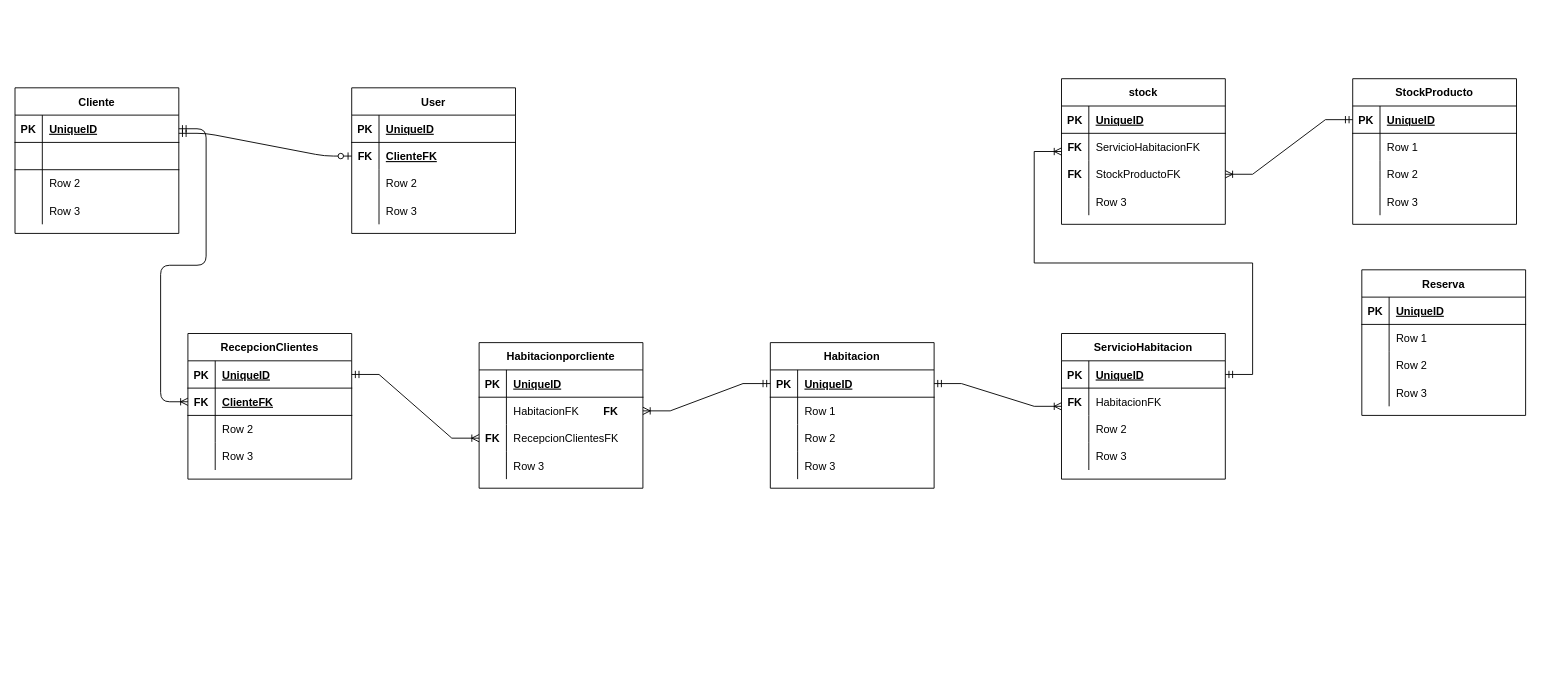
Before: src/Resources/DataBase/ER.drawio in dylan-script/Lappiz_Reservas, a draw.io diagram. Source tidied: cells renumbered, new cells numbered last; positions are measured from the earlier drawing's top-left corner, leaving out a move shared by most shapes. Both pictures are drawn from the tidied source at 91%, with x=0, y=0 at pixel (15, 78).
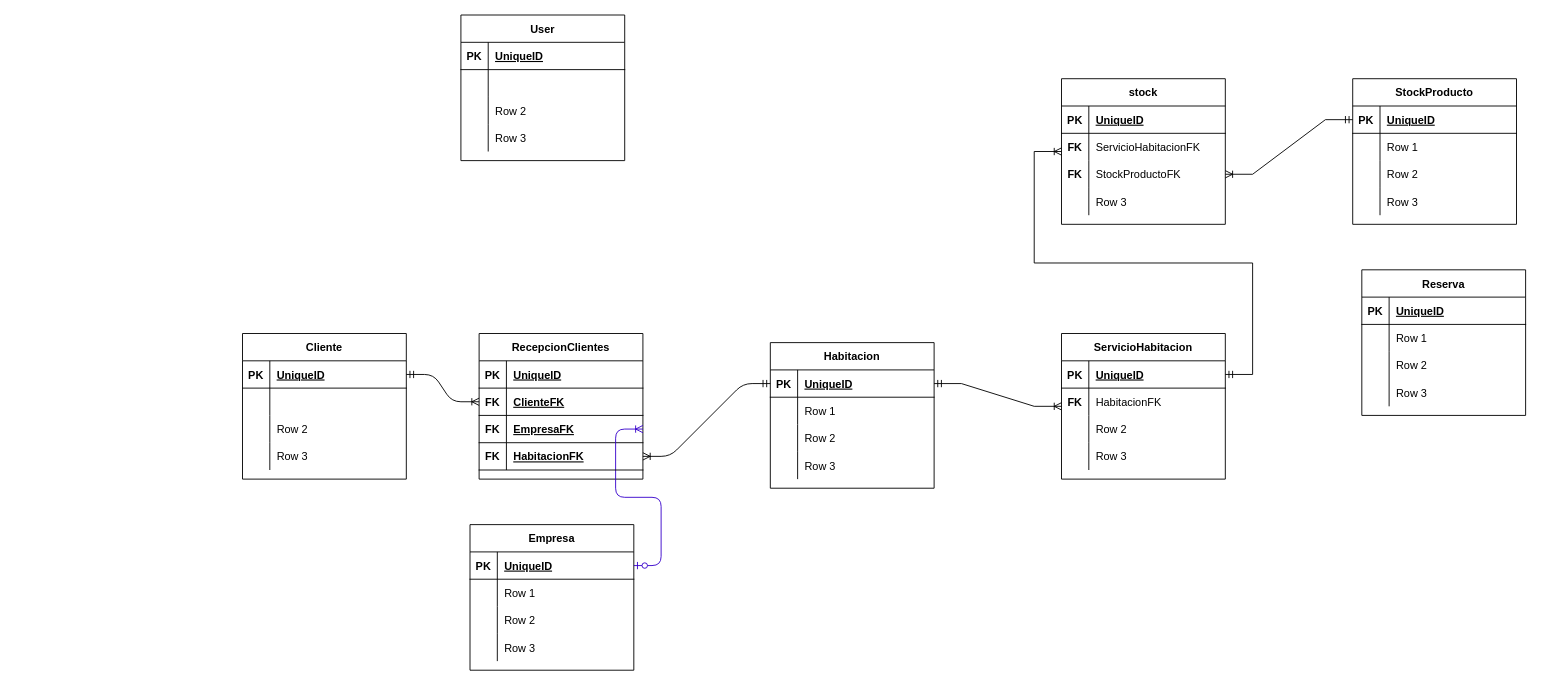
The same diagram, later.

Unchanged cells that the change refers to:
```xml
<mxCell id="83" style="shape=tableRow;horizontal=0;startSize=0;swimlaneHead=0;swimlaneBody=0;fillColor=none;points=[[0,0.5],[1,0.5]];portConstraint=eastwest;top=0;left=0;right=0;bottom=1;" parent="82" vertex="1">
  <mxGeometry y="30" width="180" height="30" as="geometry" />
</mxCell>
<mxCell id="96" style="shape=tableRow;horizontal=0;startSize=0;swimlaneHead=0;swimlaneBody=0;fillColor=none;points=[[0,0.5],[1,0.5]];portConstraint=eastwest;top=0;left=0;right=0;bottom=1;" parent="95" vertex="1">
  <mxGeometry y="30" width="180" height="30" as="geometry" />
</mxCell>
<mxCell id="102" style="shape=tableRow;horizontal=0;startSize=0;swimlaneHead=0;swimlaneBody=0;fillColor=none;top=0;left=0;right=0;bottom=0;" parent="95" vertex="1">
  <mxGeometry y="90" width="180" height="30" as="geometry" />
</mxCell>
<mxCell id="105" style="shape=tableRow;horizontal=0;startSize=0;swimlaneHead=0;swimlaneBody=0;fillColor=none;top=0;left=0;right=0;bottom=0;" parent="95" vertex="1">
  <mxGeometry y="120" width="180" height="30" as="geometry" />
</mxCell>
```

What changed in the source:
```diff
@@
     <mxCell id="2" value="Cliente" style="shape=table;startSize=30;childLayout=tableLayout;rowLines=0;fontStyle=1;align=center;" parent="1" vertex="1">
-      <mxGeometry y="10" width="180" height="160" as="geometry" />
+      <mxGeometry x="250" y="280" width="180" height="160" as="geometry" />
     </mxCell>
@@
     <mxCell id="56" value="User" style="shape=table;startSize=30;childLayout=tableLayout;rowLines=0;fontStyle=1;align=center;" parent="1" vertex="1">
-      <mxGeometry x="370" y="10" width="180" height="160" as="geometry" />
+      <mxGeometry x="490" y="-70" width="180" height="160" as="geometry" />
     </mxCell>
@@
-    <mxCell id="69" value="Habitacionporcliente" style="shape=table;startSize=30;childLayout=tableLayout;rowLines=0;fontStyle=1;align=center;" parent="1" vertex="1">
-      <mxGeometry x="510" y="290" width="180" height="160" as="geometry" />
-    </mxCell>
-    <mxCell id="70" style="shape=tableRow;horizontal=0;startSize=0;swimlaneHead=0;swimlaneBody=0;fillColor=none;top=0;left=0;right=0;bottom=1;" parent="69" vertex="1">
-      <mxGeometry y="30" width="180" height="30" as="geometry" />
-    </mxCell>
-    <mxCell id="71" value="PK" style="shape=partialRectangle;fillColor=none;top=0;left=0;bottom=0;right=0;fontStyle=1;overflow=hidden;" parent="70" vertex="1">
-      <mxGeometry width="30" height="30" as="geometry" />
-    </mxCell>
-    <mxCell id="72" value="UniqueID" style="shape=partialRectangle;fillColor=none;top=0;left=0;bottom=0;right=0;align=left;spacingLeft=6;fontStyle=5;overflow=hidden;" parent="70" vertex="1">
-      <mxGeometry x="30" width="150" height="30" as="geometry" />
-    </mxCell>
-    <mxCell id="73" style="shape=tableRow;horizontal=0;startSize=0;swimlaneHead=0;swimlaneBody=0;fillColor=none;points=[[0,0.5],[1,0.5]];portConstraint=eastwest;top=0;left=0;right=0;bottom=0;" parent="69" vertex="1">
-      <mxGeometry y="60" width="180" height="30" as="geometry" />
-    </mxCell>
-    <mxCell id="74" style="shape=partialRectangle;fillColor=none;top=0;left=0;bottom=0;right=0;overflow=hidden;" parent="73" vertex="1">
-      <mxGeometry width="30" height="30" as="geometry" />
-    </mxCell>
-    <mxCell id="75" value="HabitacionFK" style="shape=partialRectangle;fillColor=none;top=0;left=0;bottom=0;right=0;align=left;spacingLeft=6;overflow=hidden;" parent="73" vertex="1">
-      <mxGeometry x="30" width="150" height="30" as="geometry" />
-    </mxCell>
-    <mxCell id="76" style="shape=tableRow;horizontal=0;startSize=0;swimlaneHead=0;swimlaneBody=0;fillColor=none;points=[[0,0.5],[1,0.5]];portConstraint=eastwest;top=0;left=0;right=0;bottom=0;" parent="69" vertex="1">
-      <mxGeometry y="90" width="180" height="30" as="geometry" />
-    </mxCell>
-    <mxCell id="77" style="shape=partialRectangle;fillColor=none;top=0;left=0;bottom=0;right=0;overflow=hidden;" parent="76" vertex="1">
-      <mxGeometry width="30" height="30" as="geometry" />
-    </mxCell>
-    <mxCell id="78" value="RecepcionClientesFK" style="shape=partialRectangle;fillColor=none;top=0;left=0;bottom=0;right=0;align=left;spacingLeft=6;overflow=hidden;" parent="76" vertex="1">
-      <mxGeometry x="30" width="150" height="30" as="geometry" />
-    </mxCell>
-    <mxCell id="79" style="shape=tableRow;horizontal=0;startSize=0;swimlaneHead=0;swimlaneBody=0;fillColor=none;top=0;left=0;right=0;bottom=0;" parent="69" vertex="1">
-      <mxGeometry y="120" width="180" height="30" as="geometry" />
-    </mxCell>
-    <mxCell id="80" style="shape=partialRectangle;fillColor=none;top=0;left=0;bottom=0;right=0;overflow=hidden;" parent="79" vertex="1">
-      <mxGeometry width="30" height="30" as="geometry" />
-    </mxCell>
-    <mxCell id="81" value="Row 3" style="shape=partialRectangle;fillColor=none;top=0;left=0;bottom=0;right=0;align=left;spacingLeft=6;overflow=hidden;" parent="79" vertex="1">
-      <mxGeometry x="30" width="150" height="30" as="geometry" />
-    </mxCell>
@@
     <mxCell id="95" value="RecepcionClientes" style="shape=table;startSize=30;childLayout=tableLayout;rowLines=0;fontStyle=1;align=center;" parent="1" vertex="1">
-      <mxGeometry x="190" y="280" width="180" height="160" as="geometry" />
+      <mxGeometry x="510" y="280" width="180" height="160" as="geometry" />
     </mxCell>
@@
-    <mxCell id="104" value="Row 2" style="shape=partialRectangle;fillColor=none;top=0;left=0;bottom=0;right=0;align=left;spacingLeft=6;overflow=hidden;" parent="102" vertex="1">
+    <mxCell id="104" style="shape=partialRectangle;fillColor=none;top=0;left=0;bottom=0;right=0;align=left;spacingLeft=6;overflow=hidden;" parent="102" vertex="1">
       <mxGeometry x="30" width="150" height="30" as="geometry" />
     </mxCell>
@@
-    <mxCell id="107" value="Row 3" style="shape=partialRectangle;fillColor=none;top=0;left=0;bottom=0;right=0;align=left;spacingLeft=6;overflow=hidden;" parent="105" vertex="1">
+    <mxCell id="107" style="shape=partialRectangle;fillColor=none;top=0;left=0;bottom=0;right=0;align=left;spacingLeft=6;overflow=hidden;" parent="105" vertex="1">
       <mxGeometry x="30" width="150" height="30" as="geometry" />
     </mxCell>
-    <mxCell id="108" value="FK" style="shape=partialRectangle;fillColor=none;top=0;left=0;bottom=0;right=0;fontStyle=1;overflow=hidden;" parent="1" vertex="1">
-      <mxGeometry x="640" y="350" width="30" height="30" as="geometry" />
-    </mxCell>
-    <mxCell id="109" value="FK" style="shape=partialRectangle;fillColor=none;top=0;left=0;bottom=0;right=0;fontStyle=1;overflow=hidden;" parent="1" vertex="1">
-      <mxGeometry x="510" y="380" width="30" height="30" as="geometry" />
-    </mxCell>
@@
-    <mxCell id="124" style="edgeStyle=entityRelationEdgeStyle;fontSize=12;html=1;endArrow=ERoneToMany;startArrow=ERmandOne;rounded=0;exitX=1;exitY=0.5;exitDx=0;exitDy=0;entryX=0;entryY=0.5;entryDx=0;entryDy=0;" parent="1" edge="1" source="96" target="76">
-      <mxGeometry relative="1" as="geometry" />
-    </mxCell>
-    <mxCell id="125" style="edgeStyle=entityRelationEdgeStyle;fontSize=12;html=1;endArrow=ERoneToMany;startArrow=ERmandOne;rounded=0;exitX=0;exitY=0.5;exitDx=0;exitDy=0;entryX=1;entryY=0.5;entryDx=0;entryDy=0;" parent="1" edge="1" source="83" target="73">
-      <mxGeometry relative="1" as="geometry" />
-    </mxCell>
@@
-    <mxCell id="129" style="shape=tableRow;horizontal=0;startSize=0;swimlaneHead=0;swimlaneBody=0;fillColor=none;top=0;left=0;right=0;bottom=1;" parent="1" vertex="1">
-      <mxGeometry y="70" width="180" height="30" as="geometry" />
-    </mxCell>
     <mxCell id="130" style="shape=tableRow;horizontal=0;startSize=0;swimlaneHead=0;swimlaneBody=0;fillColor=none;points=[[0,0.5],[1,0.5]];portConstraint=eastwest;top=0;left=0;right=0;bottom=1;" parent="1" vertex="1">
-      <mxGeometry x="190" y="340" width="180" height="30" as="geometry" />
+      <mxGeometry x="510" y="340" width="180" height="30" as="geometry" />
     </mxCell>
@@
-    <mxCell id="134" style="edgeStyle=entityRelationEdgeStyle;fontSize=12;html=1;endArrow=ERzeroToOne;startArrow=ERmandOne;" parent="1" edge="1">
-      <mxGeometry relative="1" as="geometry">
-        <mxPoint x="180" y="60" as="sourcePoint" />
-        <mxPoint x="370" y="85" as="targetPoint" />
-      </mxGeometry>
+    <mxCell id="134" value="Empresa" style="shape=table;startSize=30;childLayout=tableLayout;rowLines=0;fontStyle=1;align=center;" parent="1" vertex="1">
+      <mxGeometry x="500" y="490" width="180" height="160" as="geometry" />
     </mxCell>
-    <mxCell id="135" value="ClienteFK" style="shape=partialRectangle;fillColor=none;top=0;left=0;bottom=0;right=0;align=left;spacingLeft=6;fontStyle=5;overflow=hidden;" parent="1" vertex="1">
-      <mxGeometry x="400" y="70" width="150" height="30" as="geometry" />
-    </mxCell>
-    <mxCell id="136" value="FK" style="shape=partialRectangle;fillColor=none;top=0;left=0;bottom=0;right=0;fontStyle=1;overflow=hidden;" parent="1" vertex="1">
-      <mxGeometry x="370" y="70" width="30" height="30" as="geometry" />
-    </mxCell>
+    <mxCell id="137" style="shape=partialRectangle;fillColor=none;top=0;left=0;bottom=1;right=0;points=[[0,0.5],[1,0.5]];portConstraint=eastwest;" parent="134" vertex="1">
+      <mxGeometry y="30" width="180" height="30" as="geometry" />
+    </mxCell>
+    <mxCell id="71" value="PK" style="shape=partialRectangle;fillColor=none;top=0;left=0;bottom=0;right=0;fontStyle=1;overflow=hidden;" parent="137" vertex="1">
+      <mxGeometry width="30" height="30" as="geometry" />
+    </mxCell>
+    <mxCell id="72" value="UniqueID" style="shape=partialRectangle;fillColor=none;top=0;left=0;bottom=0;right=0;align=left;spacingLeft=6;fontStyle=5;overflow=hidden;" parent="137" vertex="1">
+      <mxGeometry x="30" width="150" height="30" as="geometry" />
+    </mxCell>
+    <mxCell id="138" style="shape=partialRectangle;fillColor=none;top=0;left=0;bottom=0;right=0;" parent="134" vertex="1">
+      <mxGeometry y="60" width="180" height="30" as="geometry" />
+    </mxCell>
+    <mxCell id="139" style="shape=partialRectangle;fillColor=none;top=0;left=0;bottom=0;right=0;overflow=hidden;" parent="138" vertex="1">
+      <mxGeometry width="30" height="30" as="geometry" />
+    </mxCell>
+    <mxCell id="140" value="Row 1" style="shape=partialRectangle;fillColor=none;top=0;left=0;bottom=0;right=0;align=left;spacingLeft=6;overflow=hidden;" parent="138" vertex="1">
+      <mxGeometry x="30" width="150" height="30" as="geometry" />
+    </mxCell>
+    <mxCell id="141" style="shape=partialRectangle;fillColor=none;top=0;left=0;bottom=0;right=0;" parent="134" vertex="1">
+      <mxGeometry y="90" width="180" height="30" as="geometry" />
+    </mxCell>
+    <mxCell id="142" style="shape=partialRectangle;fillColor=none;top=0;left=0;bottom=0;right=0;overflow=hidden;" parent="141" vertex="1">
+      <mxGeometry width="30" height="30" as="geometry" />
+    </mxCell>
+    <mxCell id="143" value="Row 2" style="shape=partialRectangle;fillColor=none;top=0;left=0;bottom=0;right=0;align=left;spacingLeft=6;overflow=hidden;" parent="141" vertex="1">
+      <mxGeometry x="30" width="150" height="30" as="geometry" />
+    </mxCell>
+    <mxCell id="144" style="shape=partialRectangle;fillColor=none;top=0;left=0;bottom=0;right=0;" parent="134" vertex="1">
+      <mxGeometry y="120" width="180" height="30" as="geometry" />
+    </mxCell>
+    <mxCell id="145" style="shape=partialRectangle;fillColor=none;top=0;left=0;bottom=0;right=0;overflow=hidden;" parent="144" vertex="1">
+      <mxGeometry width="30" height="30" as="geometry" />
+    </mxCell>
+    <mxCell id="81" value="Row 3" style="shape=partialRectangle;fillColor=none;top=0;left=0;bottom=0;right=0;align=left;spacingLeft=6;overflow=hidden;" parent="144" vertex="1">
+      <mxGeometry x="30" width="150" height="30" as="geometry" />
+    </mxCell>
+    <mxCell id="146" style="shape=tableRow;horizontal=0;startSize=0;swimlaneHead=0;swimlaneBody=0;fillColor=none;points=[[0,0.5],[1,0.5]];portConstraint=eastwest;top=0;left=0;right=0;bottom=1;" parent="1" vertex="1">
+      <mxGeometry x="510" y="370" width="180" height="30" as="geometry" />
+    </mxCell>
+    <mxCell id="147" value="FK" style="shape=partialRectangle;fillColor=none;top=0;left=0;bottom=0;right=0;fontStyle=1;overflow=hidden;" parent="146" vertex="1">
+      <mxGeometry width="30" height="30" as="geometry" />
+    </mxCell>
+    <mxCell id="148" value="EmpresaFK" style="shape=partialRectangle;fillColor=none;top=0;left=0;bottom=0;right=0;align=left;spacingLeft=6;fontStyle=5;overflow=hidden;" parent="146" vertex="1">
+      <mxGeometry x="30" width="150" height="30" as="geometry" />
+    </mxCell>
+    <mxCell id="149" style="edgeStyle=entityRelationEdgeStyle;fontSize=12;html=1;endArrow=ERoneToMany;startArrow=ERzeroToOne;exitX=1;exitY=0.5;exitDx=0;exitDy=0;entryX=1;entryY=0.5;entryDx=0;entryDy=0;fillColor=#6a00ff;strokeColor=#3700CC;" parent="1" edge="1" source="137" target="146">
+      <mxGeometry relative="1" as="geometry" />
+    </mxCell>
+    <mxCell id="150" style="shape=tableRow;horizontal=0;startSize=0;swimlaneHead=0;swimlaneBody=0;fillColor=none;points=[[0,0.5],[1,0.5]];portConstraint=eastwest;top=0;left=0;right=0;bottom=1;" parent="1" vertex="1">
+      <mxGeometry x="510" y="400" width="180" height="30" as="geometry" />
+    </mxCell>
+    <mxCell id="151" value="FK" style="shape=partialRectangle;fillColor=none;top=0;left=0;bottom=0;right=0;fontStyle=1;overflow=hidden;" parent="150" vertex="1">
+      <mxGeometry width="30" height="30" as="geometry" />
+    </mxCell>
+    <mxCell id="75" value="HabitacionFK" style="shape=partialRectangle;fillColor=none;top=0;left=0;bottom=0;right=0;align=left;spacingLeft=6;fontStyle=5;overflow=hidden;" parent="150" vertex="1">
+      <mxGeometry x="30" width="150" height="30" as="geometry" />
+    </mxCell>
+    <mxCell id="152" style="edgeStyle=entityRelationEdgeStyle;fontSize=12;html=1;endArrow=ERoneToMany;startArrow=ERmandOne;entryX=1;entryY=0.5;entryDx=0;entryDy=0;" parent="1" edge="1" source="83" target="150">
+      <mxGeometry relative="1" as="geometry" />
+    </mxCell>
```
